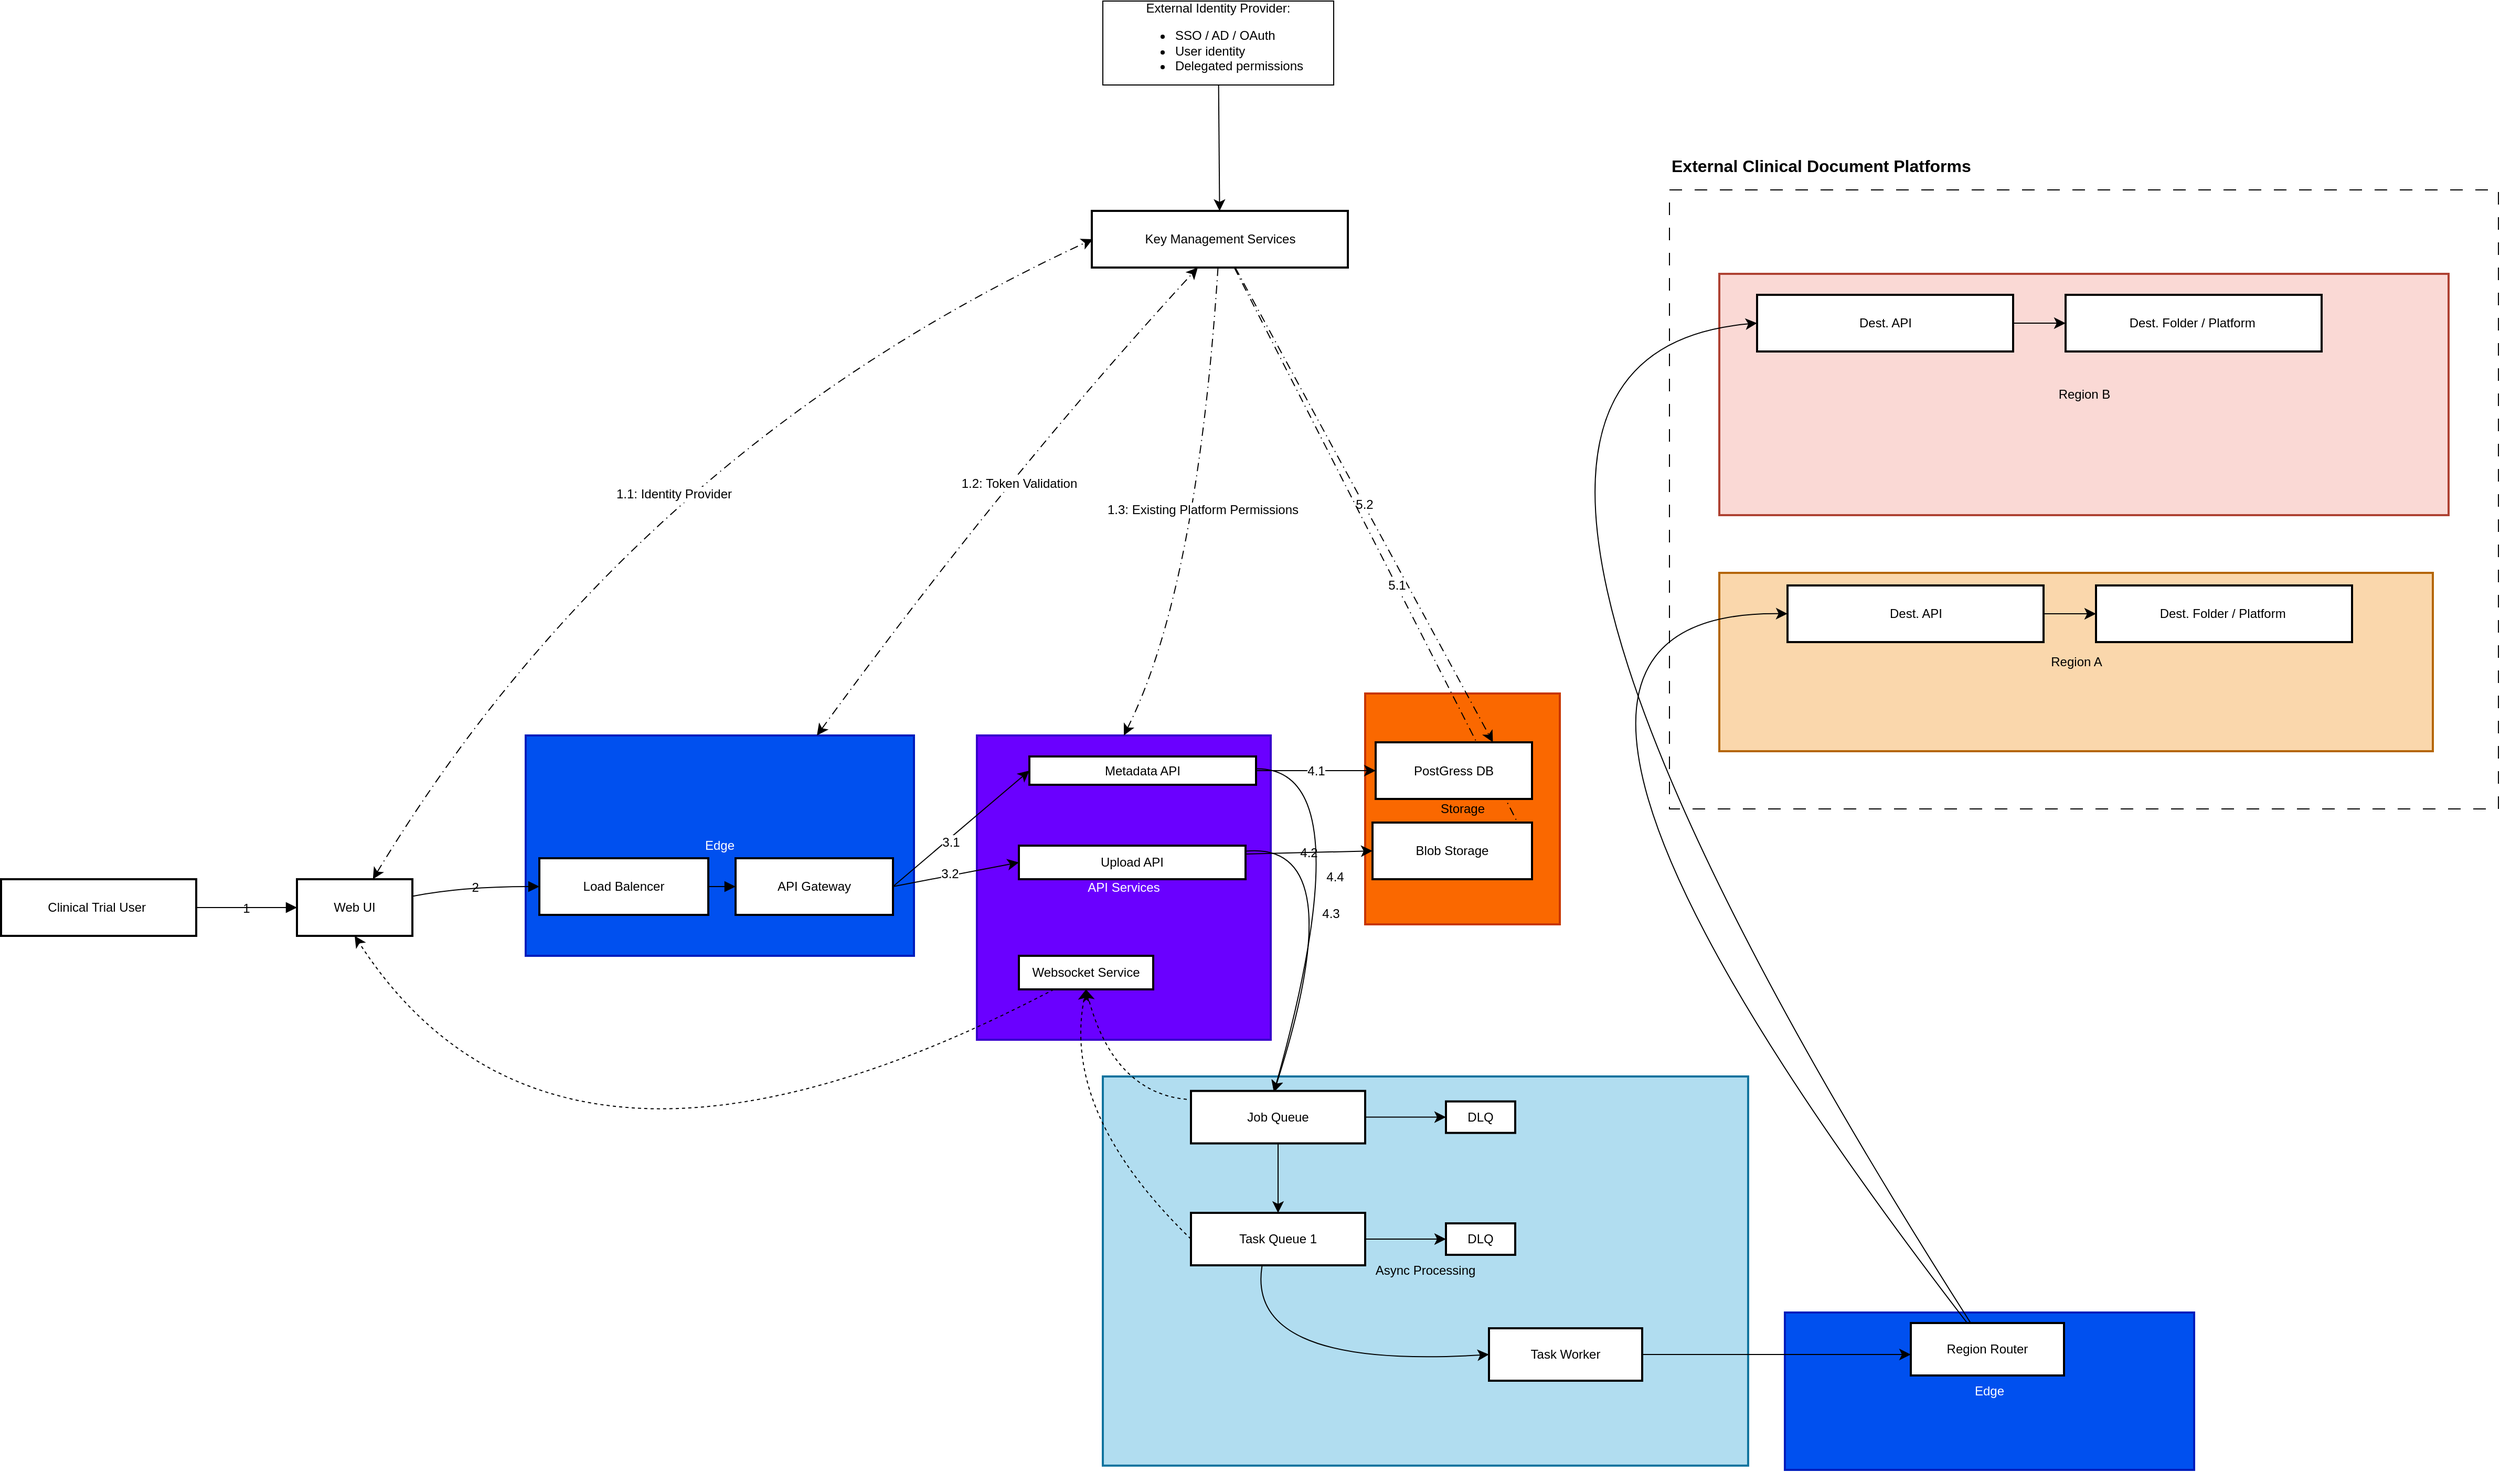
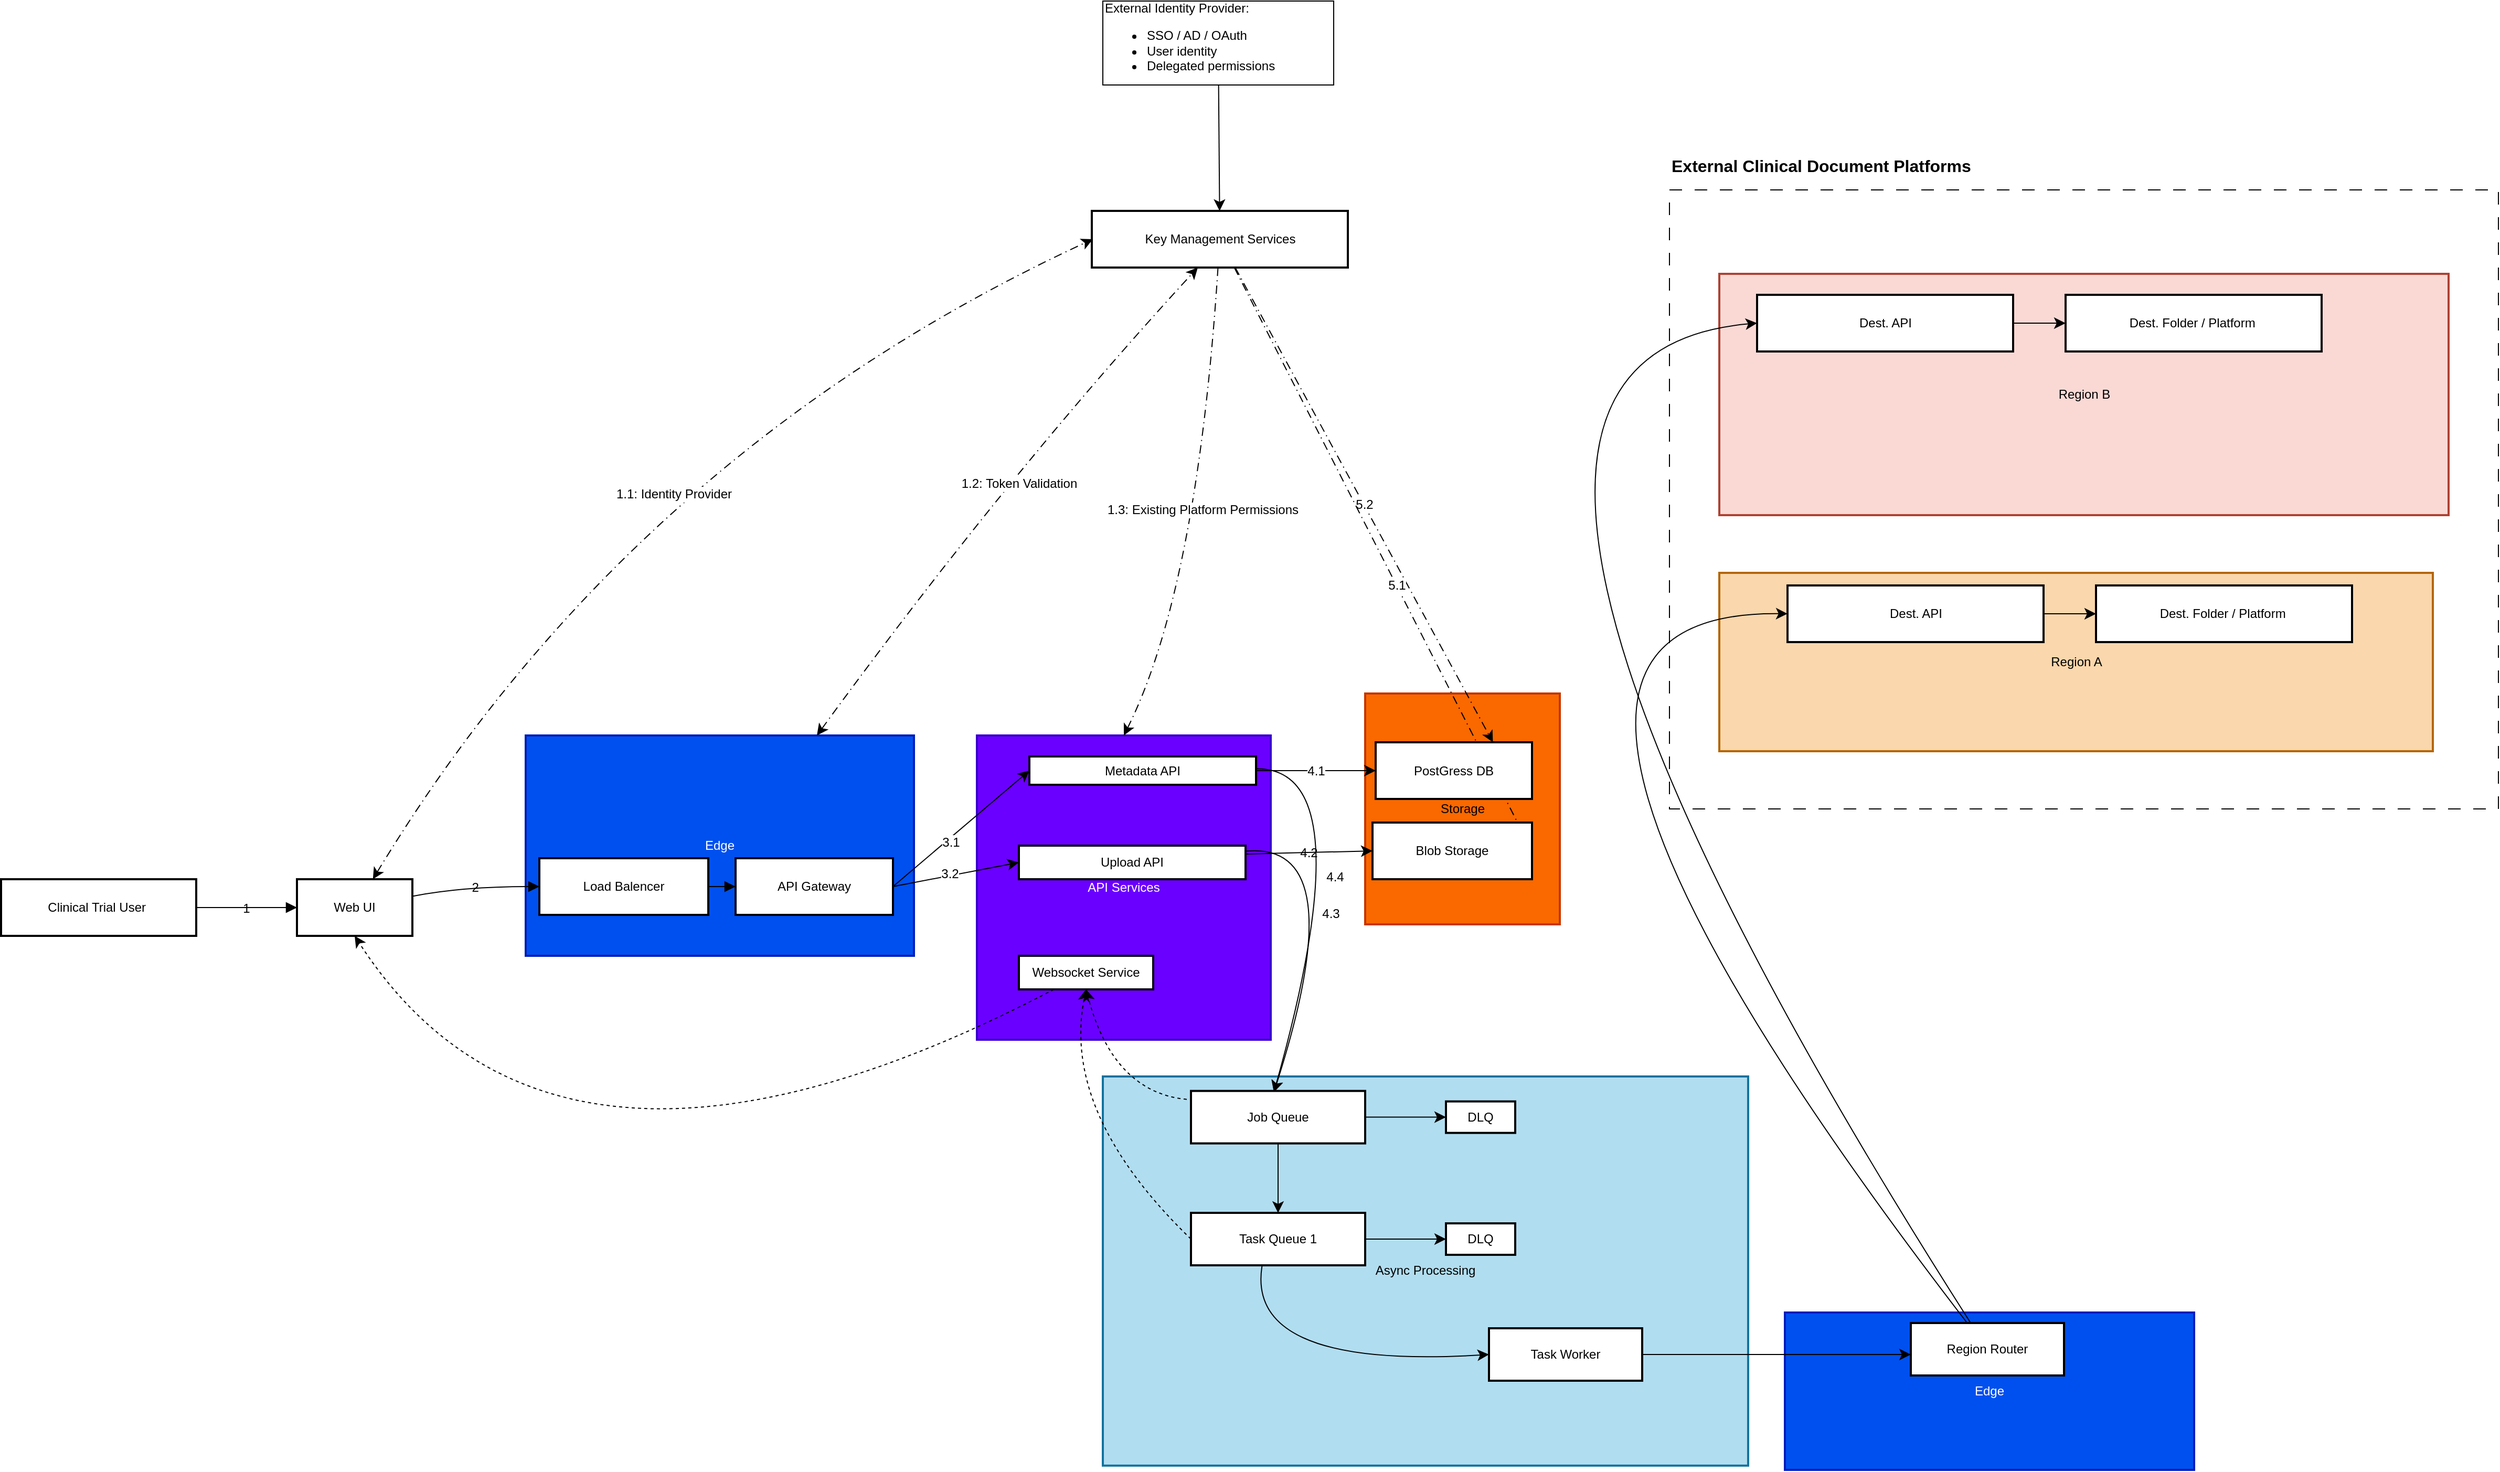
<mxfile host="app.diagrams.net">
  <diagram name="Overall-Diagram" id="Xauzskn0iYLa3f8TggF1">
-     <mxGraphModel dx="2182" dy="2586" grid="1" gridSize="10" guides="1" tooltips="1" connect="1" arrows="1" fold="1" page="1" pageScale="1" pageWidth="850" pageHeight="1100" background="none" math="0" shadow="0">
+     <mxGraphModel dx="2728" dy="2958" grid="1" gridSize="10" guides="1" tooltips="1" connect="1" arrows="1" fold="1" page="1" pageScale="1" pageWidth="850" pageHeight="1100" background="none" math="0" shadow="0">
      <root>
        <mxCell id="0" />
        <mxCell id="1" parent="0" />
        <mxCell id="kZjGEyZ31KSyDfQOjVAd-13" connectable="0" parent="1" style="group" value="" vertex="1">
          <mxGeometry height="630" width="790" x="1690" y="-520" as="geometry" />
        </mxCell>
        <mxCell id="kZjGEyZ31KSyDfQOjVAd-8" parent="kZjGEyZ31KSyDfQOjVAd-13" style="rounded=0;whiteSpace=wrap;html=1;fillColor=none;dashed=1;dashPattern=12 12;" value="" vertex="1">
          <mxGeometry height="590" width="790" y="40" as="geometry" />
        </mxCell>
        <mxCell id="kZjGEyZ31KSyDfQOjVAd-10" parent="kZjGEyZ31KSyDfQOjVAd-13" style="text;html=1;whiteSpace=wrap;strokeColor=none;fillColor=none;align=left;verticalAlign=middle;rounded=0;fontSize=16;" value="&lt;h2&gt;&lt;span style=&quot;-webkit-text-size-adjust: auto; font-size: medium;&quot;&gt;External Clinical Document Platforms&lt;/span&gt;&lt;/h2&gt;" vertex="1">
          <mxGeometry height="30" width="470" as="geometry" />
        </mxCell>
        <mxCell id="tPvMw2njpGqdJi2HAjV1-28" parent="kZjGEyZ31KSyDfQOjVAd-13" style="whiteSpace=wrap;strokeWidth=2;rounded=0;labelBackgroundColor=none;fillColor=#fad9d5;strokeColor=#ae4132;" value="Region B" vertex="1">
          <mxGeometry height="230" width="695" x="47.5" y="120" as="geometry" />
        </mxCell>
        <mxCell id="tPvMw2njpGqdJi2HAjV1-27" parent="kZjGEyZ31KSyDfQOjVAd-13" style="whiteSpace=wrap;strokeWidth=2;rounded=0;labelBackgroundColor=none;fillColor=#fad7ac;strokeColor=#b46504;" value="Region A" vertex="1">
          <mxGeometry height="170" width="680" x="47.5" y="405" as="geometry" />
        </mxCell>
        <mxCell id="tPvMw2njpGqdJi2HAjV1-7" parent="kZjGEyZ31KSyDfQOjVAd-13" style="whiteSpace=wrap;strokeWidth=2;rounded=0;labelBackgroundColor=none;" value="Dest. Folder / Platform " vertex="1">
          <mxGeometry height="54" width="244" x="406.5" y="417" as="geometry" />
        </mxCell>
        <mxCell id="tPvMw2njpGqdJi2HAjV1-15" edge="1" parent="kZjGEyZ31KSyDfQOjVAd-13" source="tPvMw2njpGqdJi2HAjV1-8" style="edgeStyle=none;curved=1;rounded=0;orthogonalLoop=1;jettySize=auto;html=1;fontSize=12;startSize=8;endSize=8;" target="tPvMw2njpGqdJi2HAjV1-7" value="">
          <mxGeometry relative="1" as="geometry" />
        </mxCell>
        <mxCell id="tPvMw2njpGqdJi2HAjV1-8" parent="kZjGEyZ31KSyDfQOjVAd-13" style="whiteSpace=wrap;strokeWidth=2;rounded=0;labelBackgroundColor=none;" value="Dest. API" vertex="1">
          <mxGeometry height="54" width="244" x="112.5" y="417" as="geometry" />
        </mxCell>
        <mxCell id="tPvMw2njpGqdJi2HAjV1-9" parent="kZjGEyZ31KSyDfQOjVAd-13" style="whiteSpace=wrap;strokeWidth=2;rounded=0;labelBackgroundColor=none;" value="Dest. Folder / Platform " vertex="1">
          <mxGeometry height="54" width="244" x="377.5" y="140" as="geometry" />
        </mxCell>
        <mxCell id="tPvMw2njpGqdJi2HAjV1-16" edge="1" parent="kZjGEyZ31KSyDfQOjVAd-13" source="tPvMw2njpGqdJi2HAjV1-10" style="edgeStyle=none;curved=1;rounded=0;orthogonalLoop=1;jettySize=auto;html=1;fontSize=12;startSize=8;endSize=8;" target="tPvMw2njpGqdJi2HAjV1-9" value="">
          <mxGeometry relative="1" as="geometry" />
        </mxCell>
        <mxCell id="kZjGEyZ31KSyDfQOjVAd-19" edge="1" parent="kZjGEyZ31KSyDfQOjVAd-13" source="tPvMw2njpGqdJi2HAjV1-10" style="edgeStyle=none;curved=1;rounded=0;orthogonalLoop=1;jettySize=auto;html=1;fontSize=12;startSize=8;endSize=8;">
          <mxGeometry relative="1" as="geometry">
            <mxPoint x="129.99999999999955" y="167" as="targetPoint" />
          </mxGeometry>
        </mxCell>
        <mxCell id="tPvMw2njpGqdJi2HAjV1-10" parent="kZjGEyZ31KSyDfQOjVAd-13" style="whiteSpace=wrap;strokeWidth=2;rounded=0;labelBackgroundColor=none;" value="Dest. API" vertex="1">
          <mxGeometry height="54" width="244" x="83.5" y="140" as="geometry" />
        </mxCell>
        <mxCell id="ZxT0anLmeUN1lRlBXtKW-56" parent="1" style="whiteSpace=wrap;strokeWidth=2;rounded=0;labelBackgroundColor=none;fillColor=#0050ef;fontColor=#ffffff;strokeColor=#001DBC;" value="Edge" vertex="1">
          <mxGeometry height="150" width="390" x="1800" y="590" as="geometry" />
        </mxCell>
        <mxCell id="LGeiLnGPZ_kJypGg9XhN-2" parent="1" style="whiteSpace=wrap;strokeWidth=2;rounded=0;labelBackgroundColor=none;fillColor=#b1ddf0;strokeColor=#10739e;aspect=fixed;" value="Async Processing" vertex="1">
          <mxGeometry height="370.92" width="614.97" x="1150" y="365" as="geometry" />
        </mxCell>
        <mxCell id="LGeiLnGPZ_kJypGg9XhN-4" parent="1" style="whiteSpace=wrap;strokeWidth=2;rounded=0;labelBackgroundColor=none;fillColor=#6a00ff;fontColor=#ffffff;strokeColor=#3700CC;" value="API Services" vertex="1">
          <mxGeometry height="290" width="280" x="1030" y="40" as="geometry" />
        </mxCell>
        <mxCell id="LGeiLnGPZ_kJypGg9XhN-3" parent="1" style="whiteSpace=wrap;strokeWidth=2;rounded=0;labelBackgroundColor=none;fillColor=#fa6800;fontColor=#000000;strokeColor=#C73500;" value="Storage" vertex="1">
          <mxGeometry height="220" width="185.5" x="1400" as="geometry" />
        </mxCell>
        <mxCell id="LGeiLnGPZ_kJypGg9XhN-5" parent="1" style="whiteSpace=wrap;strokeWidth=2;rounded=0;labelBackgroundColor=none;fillColor=#0050ef;fontColor=#ffffff;strokeColor=#001DBC;" value="Edge" vertex="1">
          <mxGeometry height="210" width="370" x="600" y="40" as="geometry" />
        </mxCell>
        <mxCell id="LGeiLnGPZ_kJypGg9XhN-6" parent="1" style="whiteSpace=wrap;strokeWidth=2;rounded=0;labelBackgroundColor=none;" value="Clinical Trial User " vertex="1">
          <mxGeometry height="54" width="186" x="100" y="177" as="geometry" />
        </mxCell>
        <mxCell id="kZjGEyZ31KSyDfQOjVAd-4" edge="1" parent="1" style="edgeStyle=none;curved=1;rounded=0;orthogonalLoop=1;jettySize=auto;html=1;entryX=0;entryY=0.5;entryDx=0;entryDy=0;fontSize=12;startSize=8;endSize=8;dashed=1;dashPattern=8 4 1 4;startArrow=classic;startFill=1;" value="1.1: Identity Provider">
          <mxGeometry relative="1" x="0.0321" y="-53" as="geometry">
            <mxPoint as="offset" />
            <Array as="points">
              <mxPoint x="701" y="-230" />
            </Array>
            <mxPoint x="454.3617511520737" y="177" as="sourcePoint" />
            <mxPoint x="1140.5" y="-433" as="targetPoint" />
          </mxGeometry>
        </mxCell>
        <mxCell id="LGeiLnGPZ_kJypGg9XhN-7" parent="1" style="whiteSpace=wrap;strokeWidth=2;rounded=0;labelBackgroundColor=none;" value="Web UI" vertex="1">
          <mxGeometry height="54" width="110" x="382" y="177" as="geometry" />
        </mxCell>
        <mxCell id="LGeiLnGPZ_kJypGg9XhN-8" parent="1" style="whiteSpace=wrap;strokeWidth=2;rounded=0;labelBackgroundColor=none;" value="Load Balencer" vertex="1">
          <mxGeometry height="54" width="161" x="613" y="157" as="geometry" />
        </mxCell>
        <mxCell id="ijDLy2rUQYNMrnhEq9o_-15" edge="1" parent="1" source="LGeiLnGPZ_kJypGg9XhN-9" style="edgeStyle=none;curved=1;rounded=0;orthogonalLoop=1;jettySize=auto;html=1;fontSize=12;startSize=8;endSize=8;entryX=0;entryY=0.5;entryDx=0;entryDy=0;labelBackgroundColor=none;fontColor=default;exitX=1;exitY=0.5;exitDx=0;exitDy=0;" target="LGeiLnGPZ_kJypGg9XhN-10">
          <mxGeometry relative="1" as="geometry">
            <mxPoint x="1059.9999999999998" y="229.99999999999977" as="targetPoint" />
          </mxGeometry>
        </mxCell>
        <mxCell id="kZjGEyZ31KSyDfQOjVAd-1" connectable="0" parent="ijDLy2rUQYNMrnhEq9o_-15" style="edgeLabel;html=1;align=center;verticalAlign=middle;resizable=0;points=[];fontSize=12;" value="3.1" vertex="1">
          <mxGeometry relative="1" x="-0.1984" y="-3" as="geometry">
            <mxPoint x="1" as="offset" />
          </mxGeometry>
        </mxCell>
        <mxCell id="ijDLy2rUQYNMrnhEq9o_-17" edge="1" parent="1" source="LGeiLnGPZ_kJypGg9XhN-9" style="edgeStyle=none;curved=1;rounded=0;orthogonalLoop=1;jettySize=auto;html=1;entryX=0;entryY=0.5;entryDx=0;entryDy=0;fontSize=12;startSize=8;endSize=8;exitX=1;exitY=0.5;exitDx=0;exitDy=0;" target="LGeiLnGPZ_kJypGg9XhN-11">
          <mxGeometry relative="1" as="geometry">
            <mxPoint x="960" y="190" as="sourcePoint" />
          </mxGeometry>
        </mxCell>
        <mxCell id="kZjGEyZ31KSyDfQOjVAd-2" connectable="0" parent="ijDLy2rUQYNMrnhEq9o_-17" style="edgeLabel;html=1;align=center;verticalAlign=middle;resizable=0;points=[];fontSize=12;" value="3.2" vertex="1">
          <mxGeometry relative="1" x="-0.0885" y="2" as="geometry">
            <mxPoint as="offset" />
          </mxGeometry>
        </mxCell>
        <mxCell id="tPvMw2njpGqdJi2HAjV1-17" edge="1" parent="1" source="LGeiLnGPZ_kJypGg9XhN-5" style="edgeStyle=none;curved=1;rounded=0;orthogonalLoop=1;jettySize=auto;html=1;entryX=0.5;entryY=1;entryDx=0;entryDy=0;fontSize=12;startSize=8;endSize=8;dashed=1;dashPattern=8 4 1 4;startArrow=classic;startFill=1;exitX=0.75;exitY=0;exitDx=0;exitDy=0;" value="1.2: Token Validation">
          <mxGeometry relative="1" x="0.0672" y="-14" as="geometry">
            <mxPoint as="offset" />
            <Array as="points">
              <mxPoint x="1060" y="-210" />
            </Array>
            <mxPoint x="853.7118320610687" y="157" as="sourcePoint" />
            <mxPoint x="1240.5" y="-406" as="targetPoint" />
          </mxGeometry>
        </mxCell>
        <mxCell id="LGeiLnGPZ_kJypGg9XhN-9" parent="1" style="whiteSpace=wrap;strokeWidth=2;rounded=0;labelBackgroundColor=none;" value="API Gateway" vertex="1">
          <mxGeometry height="54" width="150" x="800" y="157" as="geometry" />
        </mxCell>
        <mxCell id="ijDLy2rUQYNMrnhEq9o_-19" edge="1" parent="1" source="LGeiLnGPZ_kJypGg9XhN-10" style="edgeStyle=none;curved=1;rounded=0;orthogonalLoop=1;jettySize=auto;html=1;entryX=0;entryY=0.5;entryDx=0;entryDy=0;fontSize=12;startSize=8;endSize=8;exitX=1;exitY=0.5;exitDx=0;exitDy=0;" target="LGeiLnGPZ_kJypGg9XhN-12" value="4.1">
          <mxGeometry relative="1" as="geometry" />
        </mxCell>
        <mxCell id="ZxT0anLmeUN1lRlBXtKW-1" edge="1" parent="1" source="LGeiLnGPZ_kJypGg9XhN-10" style="edgeStyle=none;curved=1;rounded=0;orthogonalLoop=1;jettySize=auto;html=1;entryX=0.5;entryY=0;entryDx=0;entryDy=0;fontSize=12;startSize=8;endSize=8;" value="4.4">
          <mxGeometry relative="1" as="geometry">
            <Array as="points">
              <mxPoint x="1400" y="70" />
            </Array>
            <mxPoint x="1313" y="380" as="targetPoint" />
          </mxGeometry>
        </mxCell>
        <mxCell id="LGeiLnGPZ_kJypGg9XhN-10" parent="1" style="whiteSpace=wrap;strokeWidth=2;rounded=0;labelBackgroundColor=none;" value="Metadata API" vertex="1">
          <mxGeometry height="27" width="216" x="1080" y="60" as="geometry" />
        </mxCell>
        <mxCell id="ijDLy2rUQYNMrnhEq9o_-12" edge="1" parent="1" source="LGeiLnGPZ_kJypGg9XhN-11" style="edgeStyle=none;curved=1;rounded=0;orthogonalLoop=1;jettySize=auto;html=1;entryX=0;entryY=0.5;entryDx=0;entryDy=0;fontSize=12;startSize=8;endSize=8;exitX=1;exitY=0.25;exitDx=0;exitDy=0;labelBackgroundColor=none;fontColor=default;" target="LGeiLnGPZ_kJypGg9XhN-13" value="4.2">
          <mxGeometry relative="1" as="geometry" />
        </mxCell>
        <mxCell id="ZxT0anLmeUN1lRlBXtKW-2" edge="1" parent="1" source="LGeiLnGPZ_kJypGg9XhN-11" style="edgeStyle=none;curved=1;rounded=0;orthogonalLoop=1;jettySize=auto;html=1;entryX=0.5;entryY=0;entryDx=0;entryDy=0;fontSize=12;startSize=8;endSize=8;" value="4.3">
          <mxGeometry relative="1" as="geometry">
            <Array as="points">
              <mxPoint x="1390" y="140" />
            </Array>
            <mxPoint x="1313" y="380" as="targetPoint" />
          </mxGeometry>
        </mxCell>
        <mxCell id="LGeiLnGPZ_kJypGg9XhN-11" parent="1" style="whiteSpace=wrap;strokeWidth=2;rounded=0;labelBackgroundColor=none;" value="Upload API" vertex="1">
          <mxGeometry height="32" width="216" x="1070" y="145" as="geometry" />
        </mxCell>
        <mxCell id="tPvMw2njpGqdJi2HAjV1-2" edge="1" parent="1" style="edgeStyle=none;curved=1;rounded=0;orthogonalLoop=1;jettySize=auto;html=1;fontSize=12;startSize=8;endSize=8;entryX=0.5;entryY=1;entryDx=0;entryDy=0;dashed=1;" target="LGeiLnGPZ_kJypGg9XhN-18">
          <mxGeometry relative="1" as="geometry">
            <Array as="points">
              <mxPoint x="1160" y="380" />
            </Array>
            <mxPoint x="1230" y="386.8627450980389" as="sourcePoint" />
            <mxPoint x="1150" y="490" as="targetPoint" />
          </mxGeometry>
        </mxCell>
        <mxCell id="tPvMw2njpGqdJi2HAjV1-30" edge="1" parent="1" source="ZxT0anLmeUN1lRlBXtKW-4" style="edgeStyle=none;curved=1;rounded=0;orthogonalLoop=1;jettySize=auto;html=1;entryX=0.5;entryY=1;entryDx=0;entryDy=0;fontSize=12;startSize=8;endSize=8;dashed=1;exitX=0;exitY=0.5;exitDx=0;exitDy=0;" target="LGeiLnGPZ_kJypGg9XhN-18">
          <mxGeometry relative="1" as="geometry">
            <Array as="points">
              <mxPoint x="1110" y="400" />
            </Array>
            <mxPoint x="1274.6623376623374" y="462" as="sourcePoint" />
          </mxGeometry>
        </mxCell>
        <mxCell id="tPvMw2njpGqdJi2HAjV1-18" edge="1" parent="1" source="LGeiLnGPZ_kJypGg9XhN-20" style="edgeStyle=none;curved=1;rounded=0;orthogonalLoop=1;jettySize=auto;html=1;entryX=0.75;entryY=0;entryDx=0;entryDy=0;fontSize=12;startSize=8;endSize=8;dashed=1;dashPattern=8 4 1 4;" target="LGeiLnGPZ_kJypGg9XhN-12" value="5.2">
          <mxGeometry relative="1" as="geometry" />
        </mxCell>
        <mxCell id="tPvMw2njpGqdJi2HAjV1-19" edge="1" parent="1" source="LGeiLnGPZ_kJypGg9XhN-20" style="edgeStyle=none;curved=1;rounded=0;orthogonalLoop=1;jettySize=auto;html=1;entryX=1;entryY=0.5;entryDx=0;entryDy=0;fontSize=12;startSize=8;endSize=8;dashed=1;dashPattern=8 4 1 4;" target="LGeiLnGPZ_kJypGg9XhN-13">
          <mxGeometry relative="1" as="geometry" />
        </mxCell>
        <mxCell id="kZjGEyZ31KSyDfQOjVAd-3" connectable="0" parent="tPvMw2njpGqdJi2HAjV1-19" style="edgeLabel;html=1;align=center;verticalAlign=middle;resizable=0;points=[];fontSize=12;" value="5.1" vertex="1">
          <mxGeometry relative="1" x="0.0872" as="geometry">
            <mxPoint as="offset" />
          </mxGeometry>
        </mxCell>
        <mxCell id="kZjGEyZ31KSyDfQOjVAd-5" edge="1" parent="1" source="LGeiLnGPZ_kJypGg9XhN-20" style="edgeStyle=none;curved=1;rounded=0;orthogonalLoop=1;jettySize=auto;html=1;fontSize=12;startSize=8;endSize=8;dashed=1;dashPattern=8 4 1 4;entryX=0.5;entryY=0;entryDx=0;entryDy=0;" target="LGeiLnGPZ_kJypGg9XhN-4" value="1.3: Existing Platform Permissions">
          <mxGeometry relative="1" as="geometry">
            <Array as="points">
              <mxPoint x="1240" y="-100" />
            </Array>
            <mxPoint x="1160" y="20" as="targetPoint" />
          </mxGeometry>
        </mxCell>
        <mxCell id="LGeiLnGPZ_kJypGg9XhN-20" parent="1" style="whiteSpace=wrap;strokeWidth=2;rounded=0;labelBackgroundColor=none;" value="Key Management Services" vertex="1">
          <mxGeometry height="54" width="244" x="1139.5" y="-460" as="geometry" />
        </mxCell>
        <mxCell id="LGeiLnGPZ_kJypGg9XhN-23" edge="1" parent="1" source="LGeiLnGPZ_kJypGg9XhN-6" style="curved=1;startArrow=none;endArrow=block;exitX=1;exitY=0.5;entryX=0;entryY=0.5;rounded=0;fontSize=12;startSize=8;endSize=8;labelBackgroundColor=none;fontColor=default;" target="LGeiLnGPZ_kJypGg9XhN-7" value="1">
          <mxGeometry relative="1" as="geometry">
            <Array as="points" />
          </mxGeometry>
        </mxCell>
        <mxCell id="LGeiLnGPZ_kJypGg9XhN-24" edge="1" parent="1" source="LGeiLnGPZ_kJypGg9XhN-7" style="curved=1;startArrow=none;endArrow=block;exitX=1;exitY=0.3;entryX=0;entryY=0.5;rounded=0;fontSize=12;startSize=8;endSize=8;labelBackgroundColor=none;fontColor=default;" target="LGeiLnGPZ_kJypGg9XhN-8" value="2">
          <mxGeometry relative="1" as="geometry">
            <Array as="points">
              <mxPoint x="540" y="184" />
            </Array>
          </mxGeometry>
        </mxCell>
        <mxCell id="LGeiLnGPZ_kJypGg9XhN-35" edge="1" parent="1" source="LGeiLnGPZ_kJypGg9XhN-8" style="curved=1;startArrow=none;endArrow=block;exitX=1;exitY=0.5;entryX=0;entryY=0.5;rounded=0;fontSize=12;startSize=8;endSize=8;labelBackgroundColor=none;fontColor=default;" target="LGeiLnGPZ_kJypGg9XhN-9" value="">
          <mxGeometry relative="1" as="geometry">
            <Array as="points" />
          </mxGeometry>
        </mxCell>
        <mxCell id="tPvMw2njpGqdJi2HAjV1-29" edge="1" parent="1" source="LGeiLnGPZ_kJypGg9XhN-18" style="edgeStyle=none;curved=1;rounded=0;orthogonalLoop=1;jettySize=auto;html=1;entryX=0.5;entryY=1;entryDx=0;entryDy=0;fontSize=12;startSize=8;endSize=8;dashed=1;" target="LGeiLnGPZ_kJypGg9XhN-7">
          <mxGeometry relative="1" as="geometry">
            <Array as="points">
              <mxPoint x="630" y="530" />
            </Array>
          </mxGeometry>
        </mxCell>
        <mxCell id="LGeiLnGPZ_kJypGg9XhN-18" parent="1" style="whiteSpace=wrap;strokeWidth=2;rounded=0;labelBackgroundColor=none;" value="Websocket Service" vertex="1">
          <mxGeometry height="32" width="128" x="1070" y="250" as="geometry" />
        </mxCell>
        <mxCell id="LGeiLnGPZ_kJypGg9XhN-13" parent="1" style="whiteSpace=wrap;strokeWidth=2;rounded=0;labelBackgroundColor=none;" value="Blob Storage" vertex="1">
          <mxGeometry height="54" width="152" x="1407" y="123" as="geometry" />
        </mxCell>
        <mxCell id="LGeiLnGPZ_kJypGg9XhN-12" parent="1" style="whiteSpace=wrap;strokeWidth=2;rounded=0;labelBackgroundColor=none;" value="PostGress DB" vertex="1">
          <mxGeometry height="54" width="149" x="1410" y="46.5" as="geometry" />
        </mxCell>
        <mxCell id="kZjGEyZ31KSyDfQOjVAd-17" edge="1" parent="1" source="tPvMw2njpGqdJi2HAjV1-6" style="edgeStyle=none;curved=1;rounded=0;orthogonalLoop=1;jettySize=auto;html=1;fontSize=12;startSize=8;endSize=8;entryX=0;entryY=0.5;entryDx=0;entryDy=0;" target="tPvMw2njpGqdJi2HAjV1-8">
          <mxGeometry relative="1" as="geometry">
            <Array as="points">
              <mxPoint x="1450" y="-80" />
            </Array>
            <mxPoint x="1969.9999999999995" y="-40" as="targetPoint" />
          </mxGeometry>
        </mxCell>
        <mxCell id="kZjGEyZ31KSyDfQOjVAd-18" edge="1" parent="1" source="tPvMw2njpGqdJi2HAjV1-6" style="edgeStyle=none;curved=1;rounded=0;orthogonalLoop=1;jettySize=auto;html=1;fontSize=12;startSize=8;endSize=8;entryX=0;entryY=0.5;entryDx=0;entryDy=0;" target="tPvMw2njpGqdJi2HAjV1-10">
          <mxGeometry relative="1" as="geometry">
            <Array as="points">
              <mxPoint x="1390" y="-320" />
            </Array>
            <mxPoint x="1779.9999999999995" y="-360" as="targetPoint" />
          </mxGeometry>
        </mxCell>
        <mxCell id="tPvMw2njpGqdJi2HAjV1-6" parent="1" style="whiteSpace=wrap;strokeWidth=2;rounded=0;labelBackgroundColor=none;" value="Region Router" vertex="1">
          <mxGeometry height="50" width="146" x="1920" y="600" as="geometry" />
        </mxCell>
        <mxCell id="ZxT0anLmeUN1lRlBXtKW-5" edge="1" parent="1" source="ZxT0anLmeUN1lRlBXtKW-3" style="edgeStyle=none;curved=1;rounded=0;orthogonalLoop=1;jettySize=auto;html=1;fontSize=12;startSize=8;endSize=8;" target="ZxT0anLmeUN1lRlBXtKW-4" value="">
          <mxGeometry relative="1" as="geometry" />
        </mxCell>
        <mxCell id="ZxT0anLmeUN1lRlBXtKW-52" edge="1" parent="1" source="ZxT0anLmeUN1lRlBXtKW-3" style="edgeStyle=none;curved=1;rounded=0;orthogonalLoop=1;jettySize=auto;html=1;fontSize=12;startSize=8;endSize=8;" target="ZxT0anLmeUN1lRlBXtKW-9" value="">
          <mxGeometry relative="1" as="geometry" />
        </mxCell>
        <mxCell id="ZxT0anLmeUN1lRlBXtKW-3" parent="1" style="whiteSpace=wrap;strokeWidth=2;rounded=0;labelBackgroundColor=none;" value="Job Queue" vertex="1">
          <mxGeometry height="50" width="166" x="1234" y="378.79999999999995" as="geometry" />
        </mxCell>
        <mxCell id="ZxT0anLmeUN1lRlBXtKW-21" edge="1" parent="1" source="ZxT0anLmeUN1lRlBXtKW-4" style="edgeStyle=none;curved=1;rounded=0;orthogonalLoop=1;jettySize=auto;html=1;fontSize=12;startSize=8;endSize=8;" target="ZxT0anLmeUN1lRlBXtKW-11" value="">
          <mxGeometry relative="1" as="geometry" />
        </mxCell>
        <mxCell id="ZxT0anLmeUN1lRlBXtKW-54" edge="1" parent="1" source="ZxT0anLmeUN1lRlBXtKW-4" style="edgeStyle=none;curved=1;rounded=0;orthogonalLoop=1;jettySize=auto;html=1;entryX=0;entryY=0.5;entryDx=0;entryDy=0;fontSize=12;startSize=8;endSize=8;exitX=0.422;exitY=0.8;exitDx=0;exitDy=0;exitPerimeter=0;" target="ZxT0anLmeUN1lRlBXtKW-53">
          <mxGeometry relative="1" as="geometry">
            <Array as="points">
              <mxPoint x="1274" y="645" />
            </Array>
          </mxGeometry>
        </mxCell>
        <mxCell id="ZxT0anLmeUN1lRlBXtKW-4" parent="1" style="whiteSpace=wrap;strokeWidth=2;rounded=0;labelBackgroundColor=none;" value="Task Queue 1" vertex="1">
          <mxGeometry height="50" width="166" x="1234" y="495" as="geometry" />
        </mxCell>
        <mxCell id="ZxT0anLmeUN1lRlBXtKW-9" parent="1" style="whiteSpace=wrap;strokeWidth=2;rounded=0;labelBackgroundColor=none;" value="DLQ" vertex="1">
          <mxGeometry height="30" width="66" x="1477" y="388.79999999999995" as="geometry" />
        </mxCell>
        <mxCell id="ZxT0anLmeUN1lRlBXtKW-11" parent="1" style="whiteSpace=wrap;strokeWidth=2;rounded=0;labelBackgroundColor=none;" value="DLQ" vertex="1">
          <mxGeometry height="30" width="66" x="1477" y="505" as="geometry" />
        </mxCell>
        <mxCell id="ZxT0anLmeUN1lRlBXtKW-55" edge="1" parent="1" source="ZxT0anLmeUN1lRlBXtKW-53" style="edgeStyle=none;curved=1;rounded=0;orthogonalLoop=1;jettySize=auto;html=1;fontSize=12;startSize=8;endSize=8;">
          <mxGeometry relative="1" as="geometry">
            <mxPoint x="1920.0000000000005" y="630" as="targetPoint" />
          </mxGeometry>
        </mxCell>
        <mxCell id="ZxT0anLmeUN1lRlBXtKW-53" parent="1" style="whiteSpace=wrap;strokeWidth=2;rounded=0;labelBackgroundColor=none;" value="Task Worker" vertex="1">
          <mxGeometry height="50" width="146" x="1518" y="605" as="geometry" />
        </mxCell>
        <mxCell id="kZjGEyZ31KSyDfQOjVAd-7" edge="1" parent="1" source="kZjGEyZ31KSyDfQOjVAd-6" style="edgeStyle=none;curved=1;rounded=0;orthogonalLoop=1;jettySize=auto;html=1;fontSize=12;startSize=8;endSize=8;" target="LGeiLnGPZ_kJypGg9XhN-20" value="">
          <mxGeometry relative="1" as="geometry" />
        </mxCell>
-         <mxCell id="kZjGEyZ31KSyDfQOjVAd-6" parent="1" style="whiteSpace=wrap;html=1;" value="&lt;div&gt;External Identity Provider:&lt;/div&gt;&lt;div&gt;&lt;ul&gt;&lt;li style=&quot;text-align: left;&quot;&gt;SSO / AD / OAuth&lt;/li&gt;&lt;li style=&quot;text-align: left;&quot;&gt;User identity&lt;/li&gt;&lt;li&gt;Delegated permissions&lt;br&gt;&lt;/li&gt;&lt;/ul&gt;&lt;/div&gt;" vertex="1">
+         <mxCell id="kZjGEyZ31KSyDfQOjVAd-6" parent="1" style="whiteSpace=wrap;html=1;align=left;" value="&lt;div&gt;External Identity Provider:&lt;/div&gt;&lt;div&gt;&lt;ul&gt;&lt;li style=&quot;&quot;&gt;SSO / AD / OAuth&lt;/li&gt;&lt;li style=&quot;&quot;&gt;User identity&lt;/li&gt;&lt;li&gt;Delegated permissions&lt;br&gt;&lt;/li&gt;&lt;/ul&gt;&lt;/div&gt;" vertex="1">
          <mxGeometry height="80" width="220" x="1150" y="-660" as="geometry" />
        </mxCell>
      </root>
    </mxGraphModel>
  </diagram>
</mxfile>
